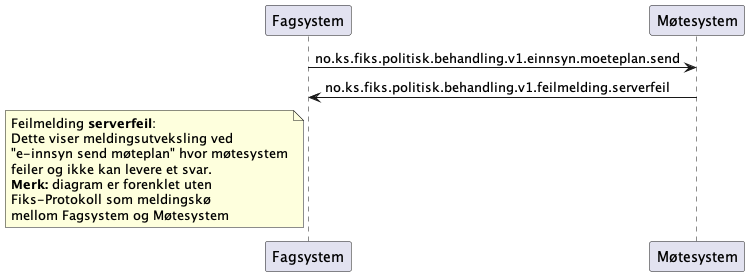
This is Dokumentasjon/V1/meldingsutveksling/einnsyn-møteplan-send/sekvensdiagram/sekvensdiagram-einnsyn-moeteplan-send-serverfeil.png from ks-no/fiks-politisk-behandling-specification, a PlantUML export, as it was before one commit. Its diagram source:
```plantuml
@startuml
participant Fagsystem as "Fagsystem"
participant Møtesystem as "Møtesystem"

Fagsystem -> Møtesystem : no.ks.fiks.politisk.behandling.v1.einnsyn.moeteplan.send
Fagsystem <- Møtesystem : no.ks.fiks.politisk.behandling.v1.feilmelding.serverfeil

note left of Fagsystem
Feilmelding **serverfeil**:
Dette viser meldingsutveksling ved
"e-innsyn send møteplan" hvor møtesystem
feiler og ikke kan levere et svar.
**Merk:** diagram er forenklet uten
Fiks-Protokoll som meldingskø
mellom Fagsystem og Møtesystem
end note

@enduml
```
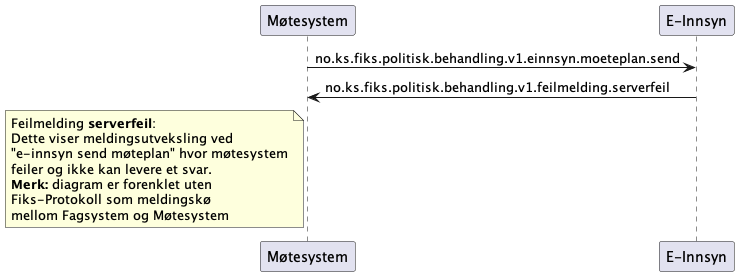
The same diagram one commit later.

Change to the diagram source:
```diff
@@ -1,11 +1,11 @@
 @startuml
-participant Fagsystem as "Fagsystem"
 participant Møtesystem as "Møtesystem"
+participant EInnsyn as "E-Innsyn"
 
-Fagsystem -> Møtesystem : no.ks.fiks.politisk.behandling.v1.einnsyn.moeteplan.send
-Fagsystem <- Møtesystem : no.ks.fiks.politisk.behandling.v1.feilmelding.serverfeil
+Møtesystem -> EInnsyn : no.ks.fiks.politisk.behandling.v1.einnsyn.moeteplan.send
+Møtesystem <- EInnsyn : no.ks.fiks.politisk.behandling.v1.feilmelding.serverfeil
 
-note left of Fagsystem
+note left of Møtesystem
 Feilmelding **serverfeil**:
 Dette viser meldingsutveksling ved
 "e-innsyn send møteplan" hvor møtesystem
```
